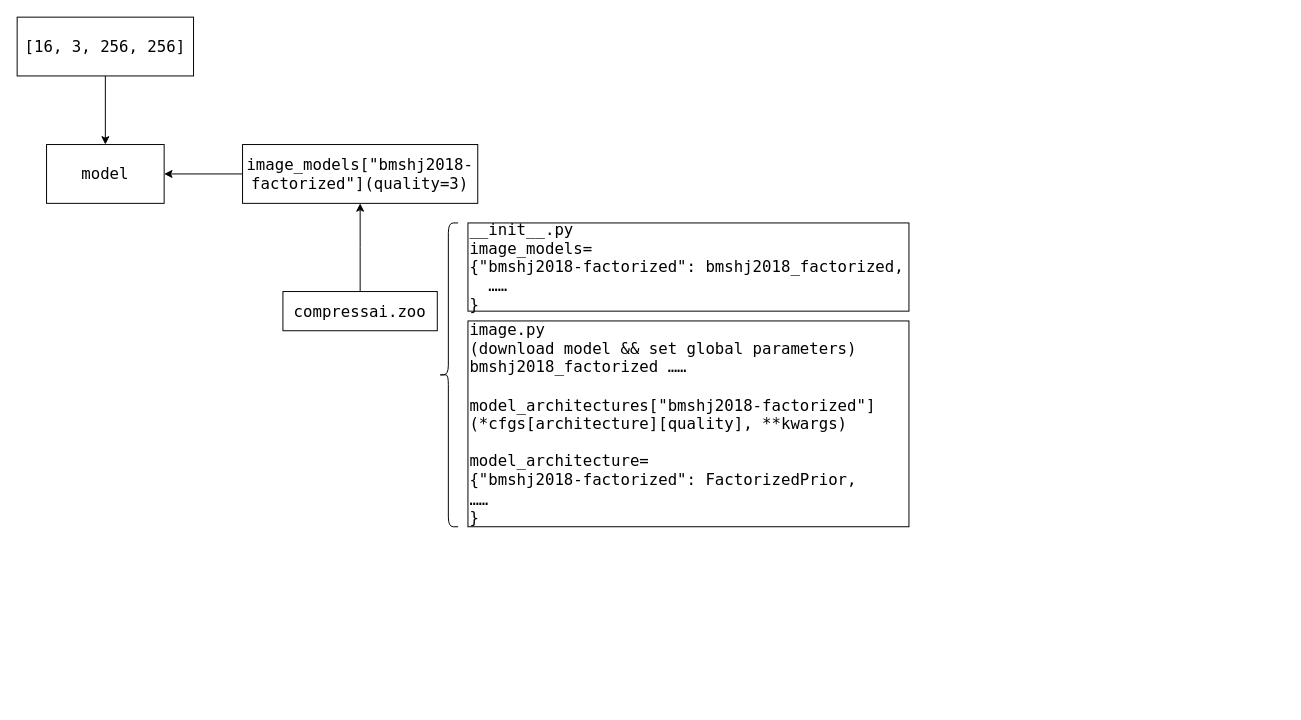
Joeyrr/draw.io keeps this draw.io diagram as XML/compressai.drawio. Above is the earlier version. Source tidied: cells renumbered, new cells numbered last; positions are measured from the earlier drawing's top-left corner, leaving out a move shared by most shapes. Both pictures are drawn from the tidied source at 98%, with x=0, y=0 at pixel (17, 17).
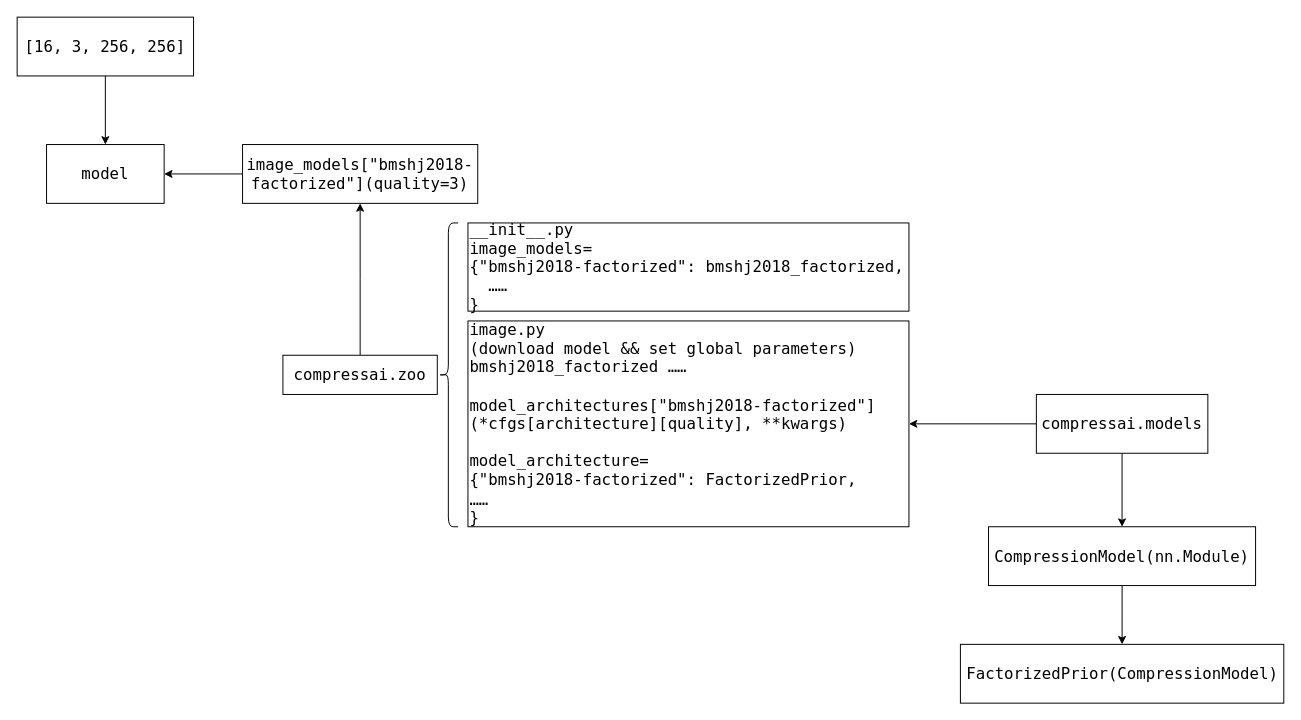
The same diagram, later.

The edit, as a diff of the source:
```diff
@@
 <mxGraphModel>
   <root>
     <mxCell id="0" />
     <mxCell id="1" parent="0" />
     <mxCell id="2" style="edgeStyle=orthogonalEdgeStyle;rounded=0;jettySize=auto;html=1;fontFamily=Lucida Console;fontSize=16;" parent="1" edge="1" source="3" target="4">
       <mxGeometry relative="1" as="geometry" />
     </mxCell>
     <mxCell id="3" value="[16, 3, 256, 256]" style="whiteSpace=wrap;html=1;fontFamily=Lucida Console;fontSize=16;" parent="1" vertex="1">
       <mxGeometry width="180" height="60" as="geometry" />
     </mxCell>
     <mxCell id="4" value="model" style="whiteSpace=wrap;html=1;fontSize=16;fontFamily=Lucida Console;" parent="1" vertex="1">
       <mxGeometry x="30" y="130" width="120" height="60" as="geometry" />
     </mxCell>
     <mxCell id="5" style="edgeStyle=orthogonalEdgeStyle;rounded=0;jettySize=auto;html=1;fontFamily=Lucida Console;fontSize=16;" parent="1" edge="1" source="6" target="4">
       <mxGeometry relative="1" as="geometry" />
     </mxCell>
     <mxCell id="6" value="image_models[&quot;bmshj2018-factorized&lt;span style=&quot;background-color: initial;&quot;&gt;&quot;](quality=3)&lt;/span&gt;" style="whiteSpace=wrap;html=1;fontSize=16;fontFamily=Lucida Console;" parent="1" vertex="1">
       <mxGeometry x="230" y="130" width="240" height="60" as="geometry" />
     </mxCell>
     <mxCell id="7" style="edgeStyle=orthogonalEdgeStyle;rounded=0;jettySize=auto;html=1;fontFamily=Lucida Console;fontSize=16;" parent="1" edge="1" source="8" target="6">
       <mxGeometry relative="1" as="geometry" />
     </mxCell>
     <mxCell id="8" value="compressai.zoo&lt;br&gt;" style="whiteSpace=wrap;html=1;fontSize=16;fontFamily=Lucida Console;" parent="1" vertex="1">
-      <mxGeometry x="271.2" y="280" width="157.5" height="40" as="geometry" />
+      <mxGeometry x="271.2" y="345" width="157.5" height="40" as="geometry" />
     </mxCell>
     <mxCell id="9" style="shape=curlyBracket;whiteSpace=wrap;html=1;rounded=1;fontFamily=Lucida Console;fontSize=16;size=0.5;" parent="1" vertex="1">
       <mxGeometry x="430" y="210" width="20" height="310" as="geometry" />
     </mxCell>
     <mxCell id="10" value="__init__.py&lt;br&gt;image_models=&lt;br&gt;{&quot;bmshj2018-factorized&quot;: bmshj2018_factorized, &lt;br&gt;&amp;nbsp; ……&lt;br&gt;}" style="whiteSpace=wrap;html=1;fontFamily=Lucida Console;fontSize=16;align=left;" parent="1" vertex="1">
       <mxGeometry x="460" y="210" width="450" height="90" as="geometry" />
     </mxCell>
     <mxCell id="11" value="image.py &lt;br&gt;(download model &amp;amp;&amp;amp; set global parameters)&lt;br&gt;bmshj2018_factorized ……&lt;br&gt;&lt;br&gt;model_architectures[&quot;bmshj2018-factorized&quot;](*cfgs[architecture][quality], **kwargs)&lt;br&gt;&lt;br&gt;model_architecture=&lt;br&gt;{&quot;bmshj2018-factorized&quot;: FactorizedPrior,&lt;br&gt;……&lt;br&gt;}" style="whiteSpace=wrap;html=1;fontFamily=Lucida Console;fontSize=16;align=left;" parent="1" vertex="1">
       <mxGeometry x="460" y="310" width="450" height="210" as="geometry" />
     </mxCell>
+    <mxCell id="12" style="edgeStyle=orthogonalEdgeStyle;rounded=0;jettySize=auto;html=1;entryX=1;entryY=0.5;entryDx=0;entryDy=0;fontFamily=Lucida Console;fontSize=16;" parent="1" edge="1" source="14" target="11">
+      <mxGeometry relative="1" as="geometry" />
+    </mxCell>
+    <mxCell id="13" style="edgeStyle=orthogonalEdgeStyle;rounded=0;jettySize=auto;html=1;entryX=0.5;entryY=0;entryDx=0;entryDy=0;fontFamily=Lucida Console;fontSize=16;" parent="1" edge="1" source="14" target="17">
+      <mxGeometry relative="1" as="geometry" />
+    </mxCell>
+    <mxCell id="14" value="compressai.models" style="whiteSpace=wrap;html=1;fontSize=16;fontFamily=Lucida Console;align=center;" parent="1" vertex="1">
+      <mxGeometry x="1040" y="385" width="175" height="60" as="geometry" />
+    </mxCell>
+    <mxCell id="15" value="FactorizedPrior(CompressionModel)" style="whiteSpace=wrap;html=1;fontSize=16;fontFamily=Lucida Console;" parent="1" vertex="1">
+      <mxGeometry x="962.5" y="640" width="330" height="60" as="geometry" />
+    </mxCell>
+    <mxCell id="16" style="edgeStyle=orthogonalEdgeStyle;rounded=0;jettySize=auto;html=1;entryX=0.5;entryY=0;entryDx=0;entryDy=0;fontFamily=Lucida Console;fontSize=16;" parent="1" edge="1" source="17" target="15">
+      <mxGeometry relative="1" as="geometry" />
+    </mxCell>
+    <mxCell id="17" value="CompressionModel(nn.Module)" style="whiteSpace=wrap;html=1;fontSize=16;fontFamily=Lucida Console;" parent="1" vertex="1">
+      <mxGeometry x="991.2" y="520" width="272.5" height="60" as="geometry" />
+    </mxCell>
   </root>
 </mxGraphModel>
```
